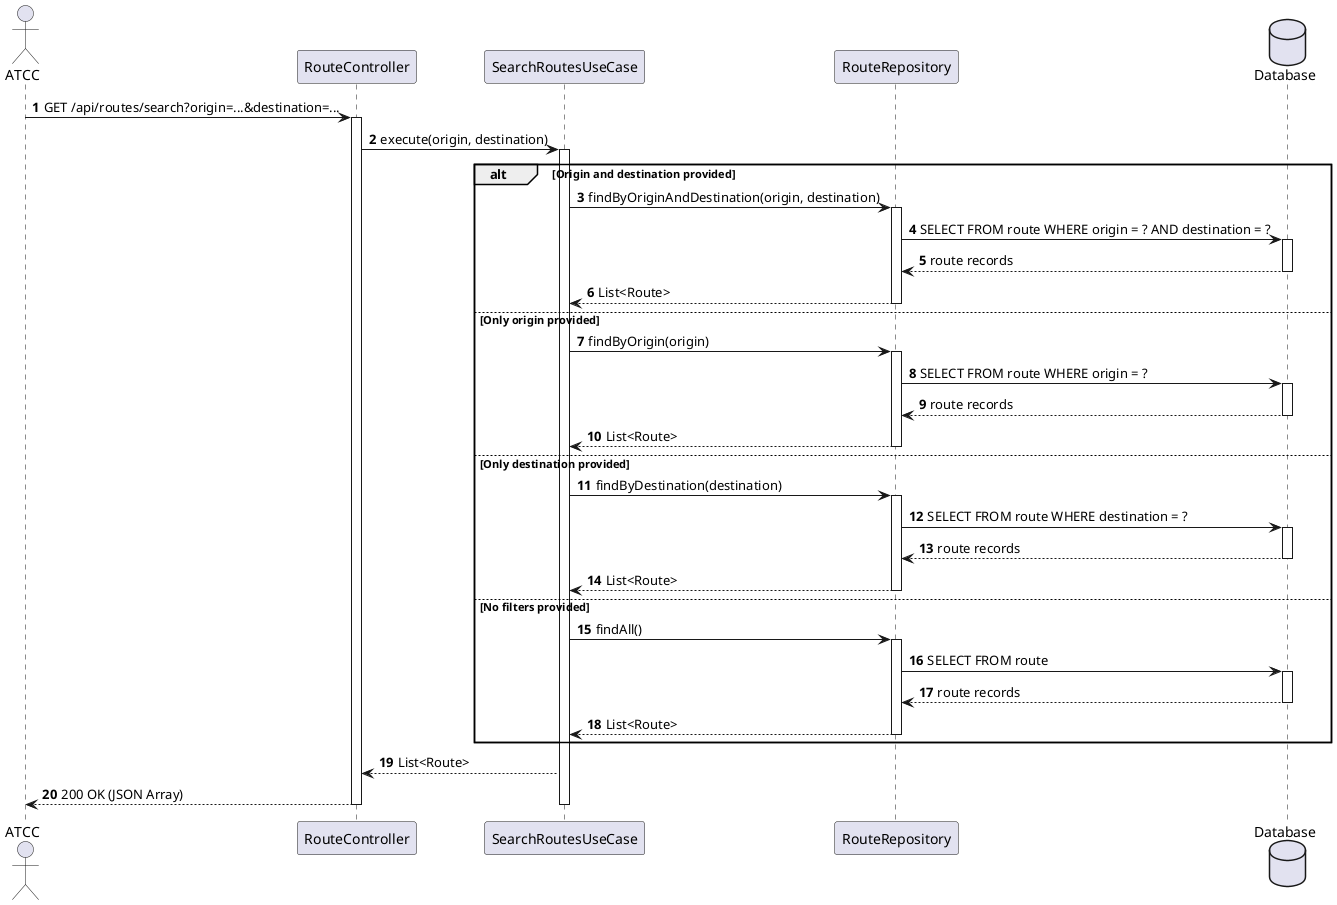
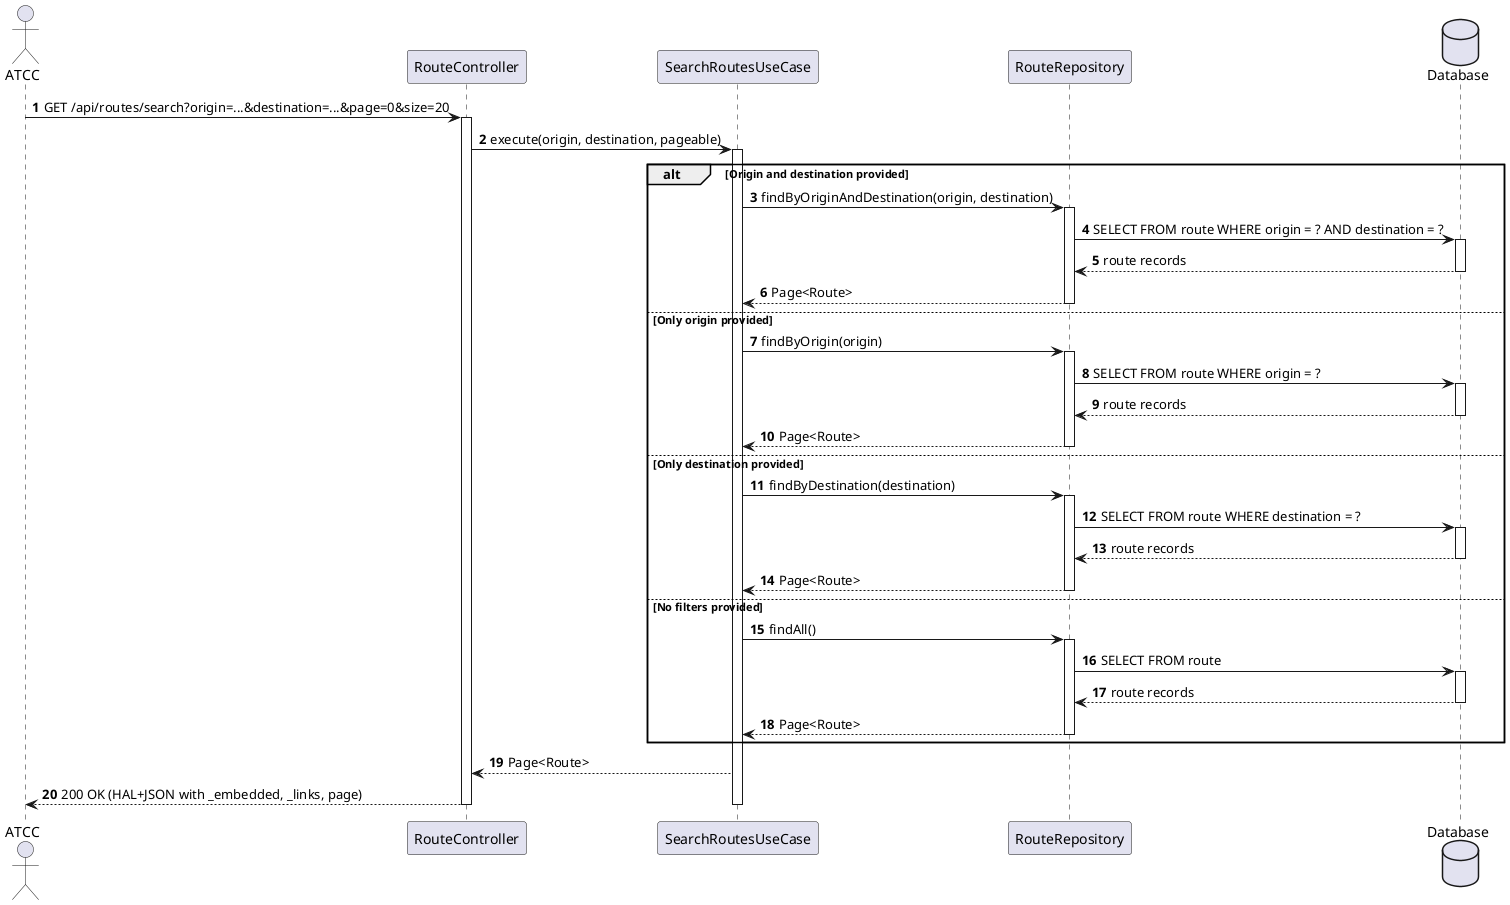
@startuml
autonumber
actor "ATCC" as Actor
participant "RouteController" as Ctrl
participant "SearchRoutesUseCase" as UC
participant "RouteRepository" as Repo
database "Database" as DB

- Actor -> Ctrl : GET /api/routes/search?origin=...&destination=...
+ Actor -> Ctrl : GET /api/routes/search?origin=...&destination=...&page=0&size=20
activate Ctrl

- Ctrl -> UC : execute(origin, destination)
+ Ctrl -> UC : execute(origin, destination, pageable)
activate UC

alt Origin and destination provided
    UC -> Repo : findByOriginAndDestination(origin, destination)
    activate Repo
    Repo -> DB : SELECT FROM route WHERE origin = ? AND destination = ?
    activate DB
    DB --> Repo : route records
    deactivate DB
-     Repo --> UC : List<Route>
+     Repo --> UC : Page<Route>
    deactivate Repo
else Only origin provided
    UC -> Repo : findByOrigin(origin)
    activate Repo
    Repo -> DB : SELECT FROM route WHERE origin = ?
    activate DB
    DB --> Repo : route records
    deactivate DB
-     Repo --> UC : List<Route>
+     Repo --> UC : Page<Route>
    deactivate Repo
else Only destination provided
    UC -> Repo : findByDestination(destination)
    activate Repo
    Repo -> DB : SELECT FROM route WHERE destination = ?
    activate DB
    DB --> Repo : route records
    deactivate DB
-     Repo --> UC : List<Route>
+     Repo --> UC : Page<Route>
    deactivate Repo
else No filters provided
    UC -> Repo : findAll()
    activate Repo
    Repo -> DB : SELECT FROM route
    activate DB
    DB --> Repo : route records
    deactivate DB
-     Repo --> UC : List<Route>
+     Repo --> UC : Page<Route>
    deactivate Repo
end

- UC --> Ctrl : List<Route>
- Ctrl --> Actor : 200 OK (JSON Array)
+ UC --> Ctrl : Page<Route>
+ Ctrl --> Actor : 200 OK (HAL+JSON with _embedded, _links, page)

deactivate UC
deactivate Ctrl
@enduml
